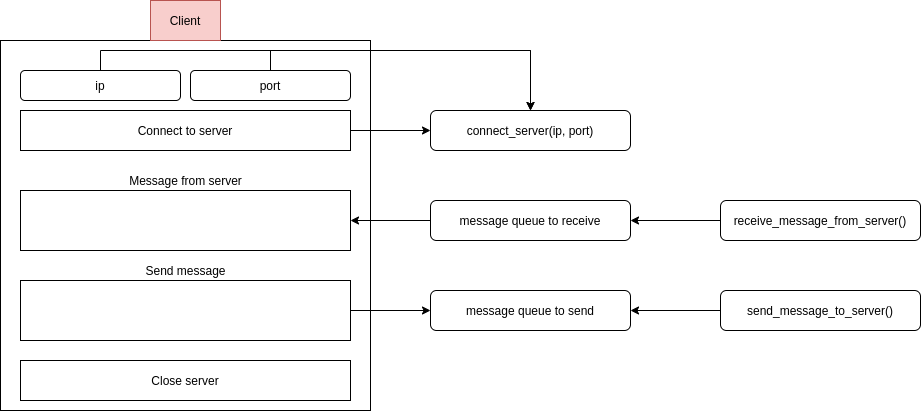
Before: Chatting Bot Gui/diagrams/gui_client.png, a diagram exported from draw.io (seonwoo960000/skill_stack). Source tidied: cells renumbered, new cells last; positions are measured from the earlier drawing's top-left corner, leaving out a move shared by most shapes.
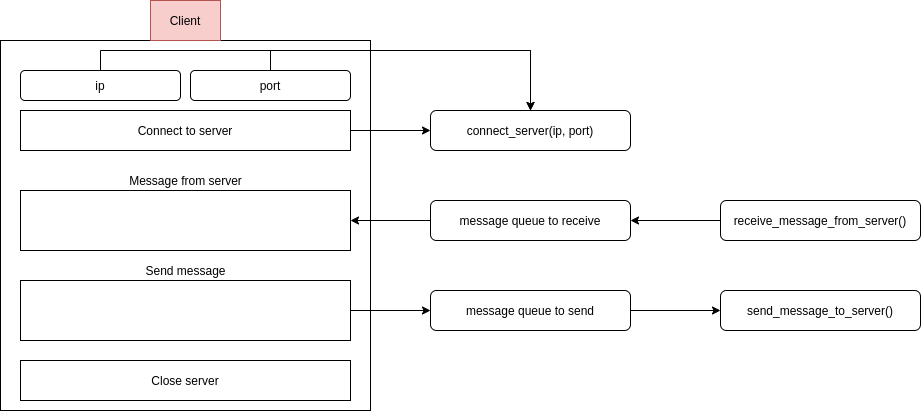
Above is the later version.

Diff of the diagram source:
```diff
@@ -53,6 +53,9 @@
     <mxCell id="18" value="message queue to receive" style="rounded=1;whiteSpace=wrap;html=1;" parent="1" vertex="1">
       <mxGeometry x="430" y="200" width="200" height="40" as="geometry" />
     </mxCell>
+    <mxCell id="24" style="edgeStyle=orthogonalEdgeStyle;rounded=0;jettySize=auto;html=1;exitX=1;exitY=0.5;exitDx=0;exitDy=0;entryX=0;entryY=0.5;entryDx=0;entryDy=0;" parent="1" edge="1" source="19" target="23">
+      <mxGeometry relative="1" as="geometry" />
+    </mxCell>
     <mxCell id="19" value="message queue to send" style="rounded=1;whiteSpace=wrap;html=1;" parent="1" vertex="1">
       <mxGeometry x="430" y="290" width="200" height="40" as="geometry" />
     </mxCell>
@@ -62,9 +65,6 @@
     <mxCell id="21" value="receive_message_from_server()" style="rounded=1;whiteSpace=wrap;html=1;" parent="1" vertex="1">
       <mxGeometry x="720" y="200" width="200" height="40" as="geometry" />
     </mxCell>
-    <mxCell id="22" style="edgeStyle=orthogonalEdgeStyle;rounded=0;jettySize=auto;html=1;entryX=1;entryY=0.5;entryDx=0;entryDy=0;" parent="1" edge="1" source="23" target="19">
-      <mxGeometry relative="1" as="geometry" />
-    </mxCell>
     <mxCell id="23" value="send_message_to_server()" style="rounded=1;whiteSpace=wrap;html=1;" parent="1" vertex="1">
       <mxGeometry x="720" y="290" width="200" height="40" as="geometry" />
     </mxCell>
```
